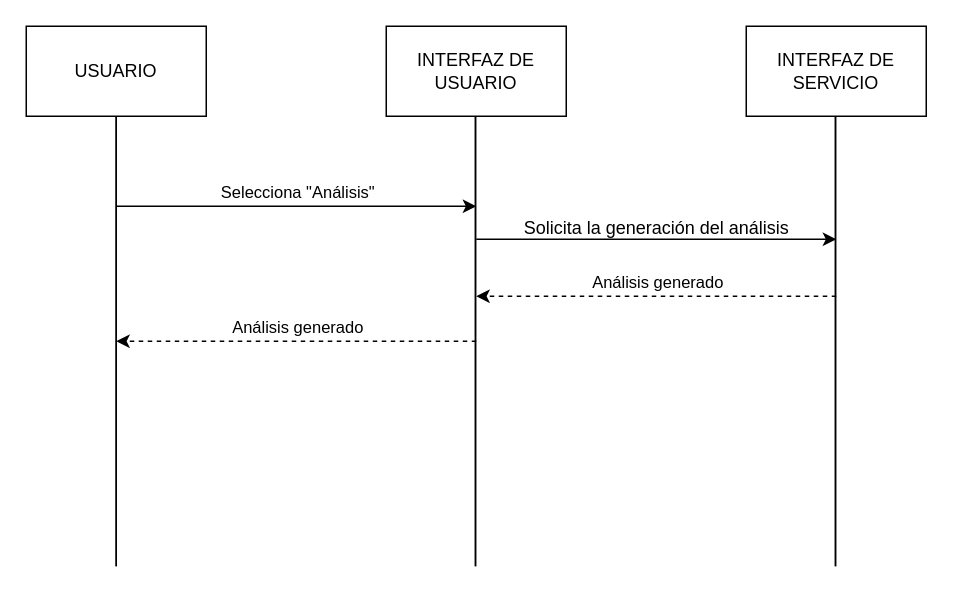
This is diagrams/secuencia/DS-023.drawio from ClaudiaOviedoGovantes/ComercialPostigo, a draw.io file, before an edit. Source tidied: cells renumbered, new cells numbered last; positions are measured from the earlier drawing's top-left corner, leaving out a move shared by most shapes. Both pictures are drawn from the tidied source at 150%, with x=0, y=0 at pixel (26, 26).
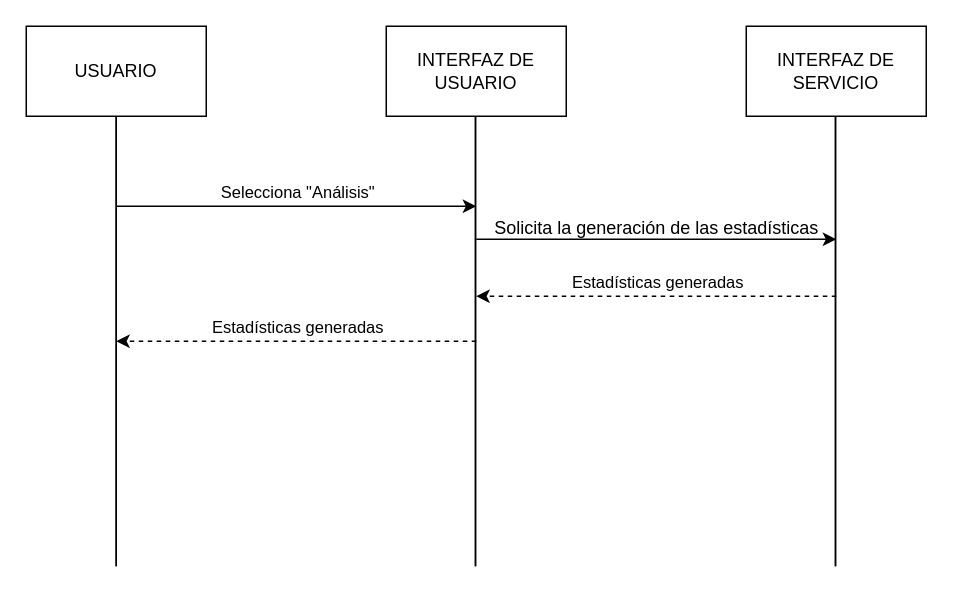
After the change.

Commit message (it also covers changes not shown here):
Editar diagramas de secuencia

The change refers to these unchanged cells:
```xml
<mxCell id="13" style="endArrow=classic;html=1;rounded=0;dashed=1;" parent="1" edge="1">
  <mxGeometry relative="1" as="geometry">
    <mxPoint x="300" y="210" as="sourcePoint" />
    <mxPoint x="60" y="210" as="targetPoint" />
  </mxGeometry>
</mxCell>
<mxCell id="17" style="endArrow=classic;html=1;rounded=0;dashed=1;" parent="1" edge="1">
  <mxGeometry relative="1" as="geometry">
    <mxPoint x="540" y="180" as="sourcePoint" />
    <mxPoint x="300" y="180" as="targetPoint" />
  </mxGeometry>
</mxCell>
```

Diff of the diagram source:
```diff
@@
-    <mxCell id="14" value="Análisis generado" style="edgeLabel;html=1;align=center;verticalAlign=middle;" parent="13" vertex="1">
+    <mxCell id="14" value="Estadísticas generadas" style="edgeLabel;html=1;align=center;verticalAlign=middle;" parent="13" vertex="1">
       <mxGeometry x="0.1" y="-4" relative="1" as="geometry">
         <mxPoint x="12" y="-6" as="offset" />
       </mxGeometry>
     </mxCell>
@@
-    <mxCell id="16" value="Solicita la generación del análisis" style="text;html=1;align=center;verticalAlign=middle;strokeColor=none;fillColor=none;" parent="1" vertex="1">
-      <mxGeometry x="320" y="120" width="200" height="30" as="geometry" />
+    <mxCell id="16" value="Solicita la generación de las estadísticas" style="text;html=1;align=center;verticalAlign=middle;strokeColor=none;fillColor=none;" parent="1" vertex="1">
+      <mxGeometry x="300" y="120" width="240" height="30" as="geometry" />
     </mxCell>
@@
-    <mxCell id="18" value="Análisis generado" style="edgeLabel;html=1;align=center;verticalAlign=middle;" parent="17" vertex="1">
+    <mxCell id="18" value="Estadísticas generadas" style="edgeLabel;html=1;align=center;verticalAlign=middle;" parent="17" vertex="1">
       <mxGeometry x="0.1" y="-4" relative="1" as="geometry">
         <mxPoint x="12" y="-6" as="offset" />
       </mxGeometry>
     </mxCell>
```
